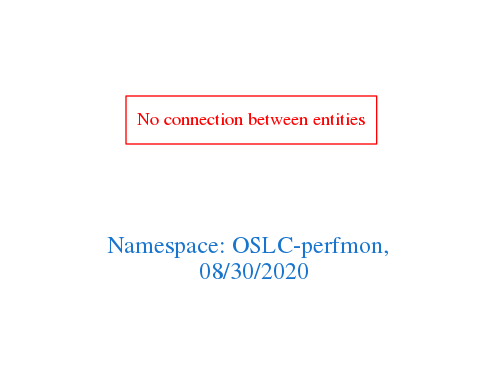
This is downloads/OSLC-perfmon.png from arago/OGIT, a Graphviz export, as it was before one commit. Its source is kept beside it as downloads/OSLC-perfmon.dot.
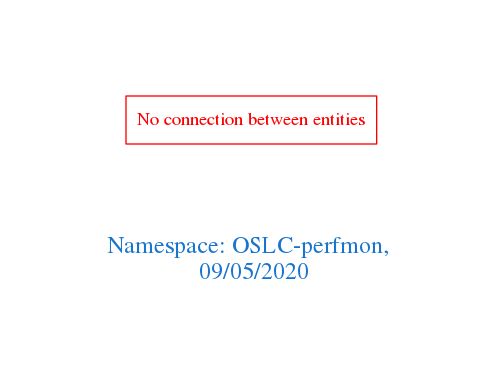
After the change.

What changed in the source:
```diff
@@ -1,7 +1,7 @@
 digraph OGIT_ontology {
  graph [ rankdir= LR,pad=1
 fontsize = 18,
-fontcolor= dodgerblue3,label = "\n\n\nNamespace: OSLC-perfmon, \n 08/30/2020"];
+fontcolor= dodgerblue3,label = "\n\n\nNamespace: OSLC-perfmon, \n 09/05/2020"];
 node[shape=polygon];
 edge [  color="gray81"];
 
```
